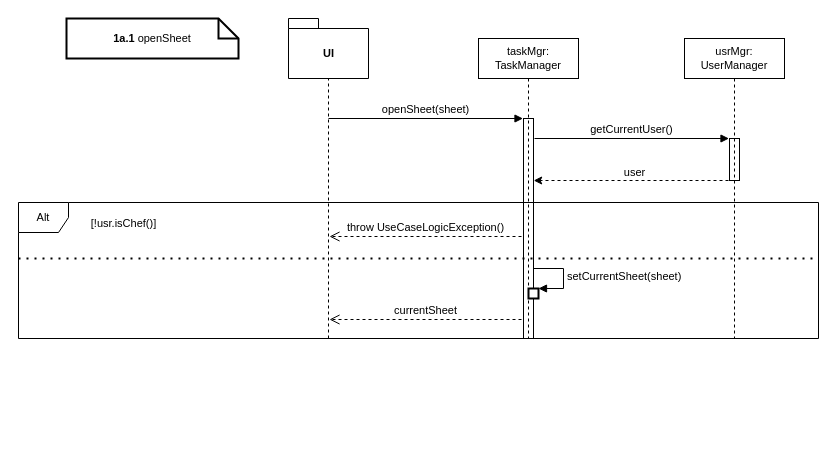
Above: page "1a.1" (2 of 15) of Gestire i compiti/Ideazione/Gestire i compiti (DSD).drawio in cortosi/Development-of-Software-Applications-2021-2022 (draw.io), before the change. Source tidied: cells renumbered, new cells numbered last; positions are measured from the earlier drawing's top-left corner, leaving out a move shared by most shapes. Both pictures are drawn from the tidied source at 100%, with x=0, y=0 at pixel (18, 18).
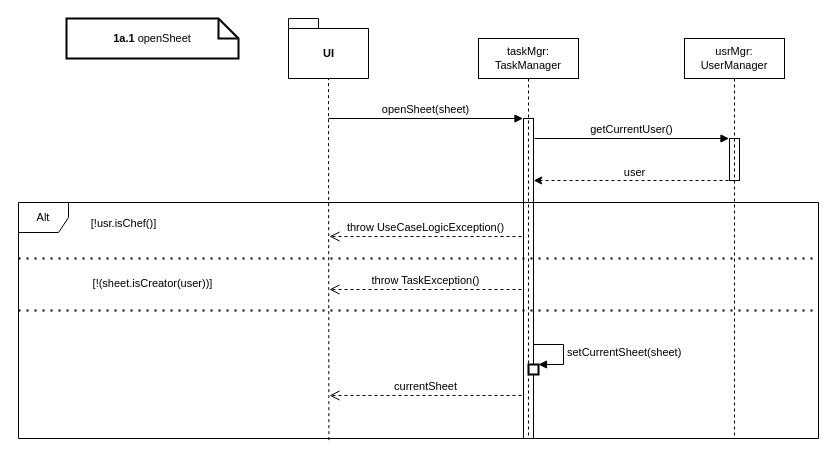
After the change.

Diff of the diagram source:
```diff
@@
     <mxCell id="3" value="taskMgr:&lt;br style=&quot;font-size: 11px;&quot;&gt;TaskManager" style="shape=umlLifeline;perimeter=lifelinePerimeter;whiteSpace=wrap;html=1;fontFamily=SF UI Text;fontSize=11;" parent="1" vertex="1">
-      <mxGeometry x="460" y="20" width="100" height="300" as="geometry" />
+      <mxGeometry x="460" y="20" width="100" height="400" as="geometry" />
     </mxCell>
     <mxCell id="4" style="html=1;perimeter=orthogonalPerimeter;fillColor=none;fontFamily=SF UI Text;fontSize=11;" parent="3" vertex="1">
-      <mxGeometry x="45" y="80" width="10" height="220" as="geometry" />
+      <mxGeometry x="45" y="80" width="10" height="320" as="geometry" />
     </mxCell>
@@
-    <mxCell id="6" style="endArrow=none;dashed=1;html=1;rounded=0;entryX=0.5;entryY=1;entryDx=0;entryDy=0;entryPerimeter=0;fontFamily=SF UI Text;fontSize=11;" parent="1" edge="1">
+    <mxCell id="6" style="endArrow=none;dashed=1;html=1;rounded=0;entryX=0.5;entryY=1;entryDx=0;entryDy=0;entryPerimeter=0;fontFamily=SF UI Text;fontSize=11;exitX=0.388;exitY=1.007;exitDx=0;exitDy=0;exitPerimeter=0;" parent="1" edge="1" source="13">
       <mxGeometry relative="1" as="geometry">
-        <mxPoint x="310" y="320" as="sourcePoint" />
         <mxPoint x="310" y="60" as="targetPoint" />
       </mxGeometry>
     </mxCell>
@@
     <mxCell id="8" value="usrMgr:&lt;br style=&quot;font-size: 11px;&quot;&gt;UserManager" style="shape=umlLifeline;perimeter=lifelinePerimeter;whiteSpace=wrap;html=1;fontFamily=SF UI Text;fontSize=11;" parent="1" vertex="1">
-      <mxGeometry x="666" y="20" width="100" height="300" as="geometry" />
+      <mxGeometry x="666" y="20" width="100" height="400" as="geometry" />
     </mxCell>
@@
     <mxCell id="13" value="Alt" style="shape=umlFrame;whiteSpace=wrap;html=1;fillColor=none;width=50;height=30;fontFamily=SF UI Text;fontSize=11;" parent="1" vertex="1">
-      <mxGeometry y="184" width="800" height="136" as="geometry" />
+      <mxGeometry y="184" width="800" height="236" as="geometry" />
     </mxCell>
@@
     <mxCell id="17" value="setCurrentSheet(sheet)" style="edgeStyle=orthogonalEdgeStyle;html=1;align=left;spacingLeft=2;endArrow=block;rounded=0;entryX=1;entryY=0;fontFamily=SF UI Text;fontSize=11;" parent="1" edge="1" target="18">
       <mxGeometry relative="1" as="geometry">
-        <mxPoint x="515" y="250" as="sourcePoint" />
+        <mxPoint x="515" y="326" as="sourcePoint" />
         <Array as="points">
-          <mxPoint x="545" y="250" />
-          <mxPoint x="545" y="270" />
+          <mxPoint x="545" y="326" />
+          <mxPoint x="545" y="346" />
         </Array>
       </mxGeometry>
     </mxCell>
     <mxCell id="18" style="html=1;points=[];perimeter=orthogonalPerimeter;fontFamily=SF UI Text;fontSize=11;strokeWidth=2;fillColor=default;" parent="1" vertex="1">
-      <mxGeometry x="510" y="270" width="10" height="10" as="geometry" />
+      <mxGeometry x="510" y="346" width="10" height="10" as="geometry" />
     </mxCell>
     <mxCell id="19" value="currentSheet" style="html=1;verticalAlign=bottom;endArrow=open;dashed=1;endSize=8;rounded=0;entryX=0.48;entryY=0.191;entryDx=0;entryDy=0;entryPerimeter=0;fontFamily=SF UI Text;fontSize=11;" parent="1" edge="1">
       <mxGeometry relative="1" as="geometry">
-        <mxPoint x="503" y="301" as="sourcePoint" />
-        <mxPoint x="311" y="301" as="targetPoint" />
+        <mxPoint x="503" y="377" as="sourcePoint" />
+        <mxPoint x="311" y="377" as="targetPoint" />
       </mxGeometry>
     </mxCell>
+    <mxCell id="20" style="endArrow=none;dashed=1;html=1;dashPattern=1 3;strokeWidth=2;rounded=0;fontFamily=SF UI Text;fontSize=11;exitX=0;exitY=0.183;exitDx=0;exitDy=0;exitPerimeter=0;" parent="1" edge="1">
+      <mxGeometry relative="1" as="geometry">
+        <mxPoint y="291.9" as="sourcePoint" />
+        <mxPoint x="800" y="292" as="targetPoint" />
+      </mxGeometry>
+    </mxCell>
+    <mxCell id="21" value="&lt;span style=&quot;font-size: 11px;&quot;&gt;[!(sheet.isCreator(user))]&lt;/span&gt;" style="text;html=1;align=center;verticalAlign=middle;strokeColor=none;fillColor=none;fontFamily=SF UI Text;fontSize=11;" parent="1" vertex="1">
+      <mxGeometry x="59" y="250" width="150" height="30" as="geometry" />
+    </mxCell>
+    <mxCell id="22" value="throw TaskException()" style="html=1;verticalAlign=bottom;endArrow=open;dashed=1;endSize=8;rounded=0;entryX=0.48;entryY=0.191;entryDx=0;entryDy=0;entryPerimeter=0;fontFamily=SF UI Text;fontSize=11;" parent="1" edge="1">
+      <mxGeometry relative="1" as="geometry">
+        <mxPoint x="503" y="271" as="sourcePoint" />
+        <mxPoint x="311" y="271" as="targetPoint" />
+      </mxGeometry>
+    </mxCell>
```
